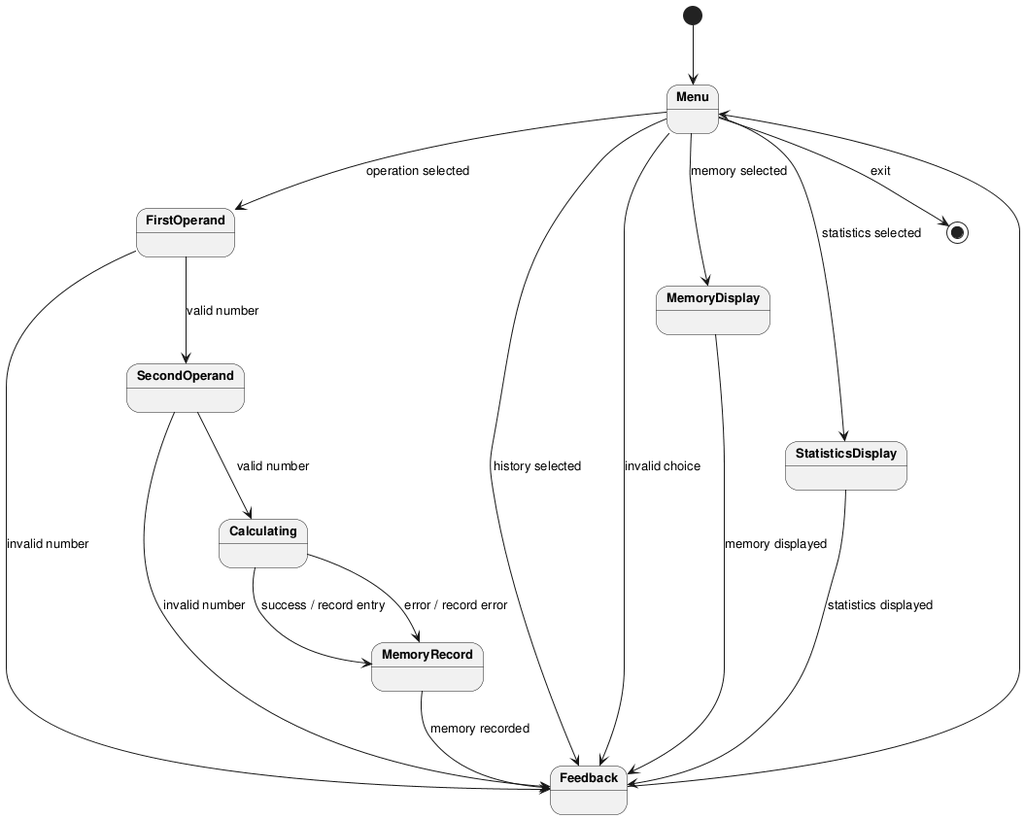
Before: experiments/supervisor_as_tools/user_stories/calculator/artifacts/state_diagram_interactive.png, a diagram exported from PlantUML (DanielRiha8906/Software_autoevolution_using_agents).
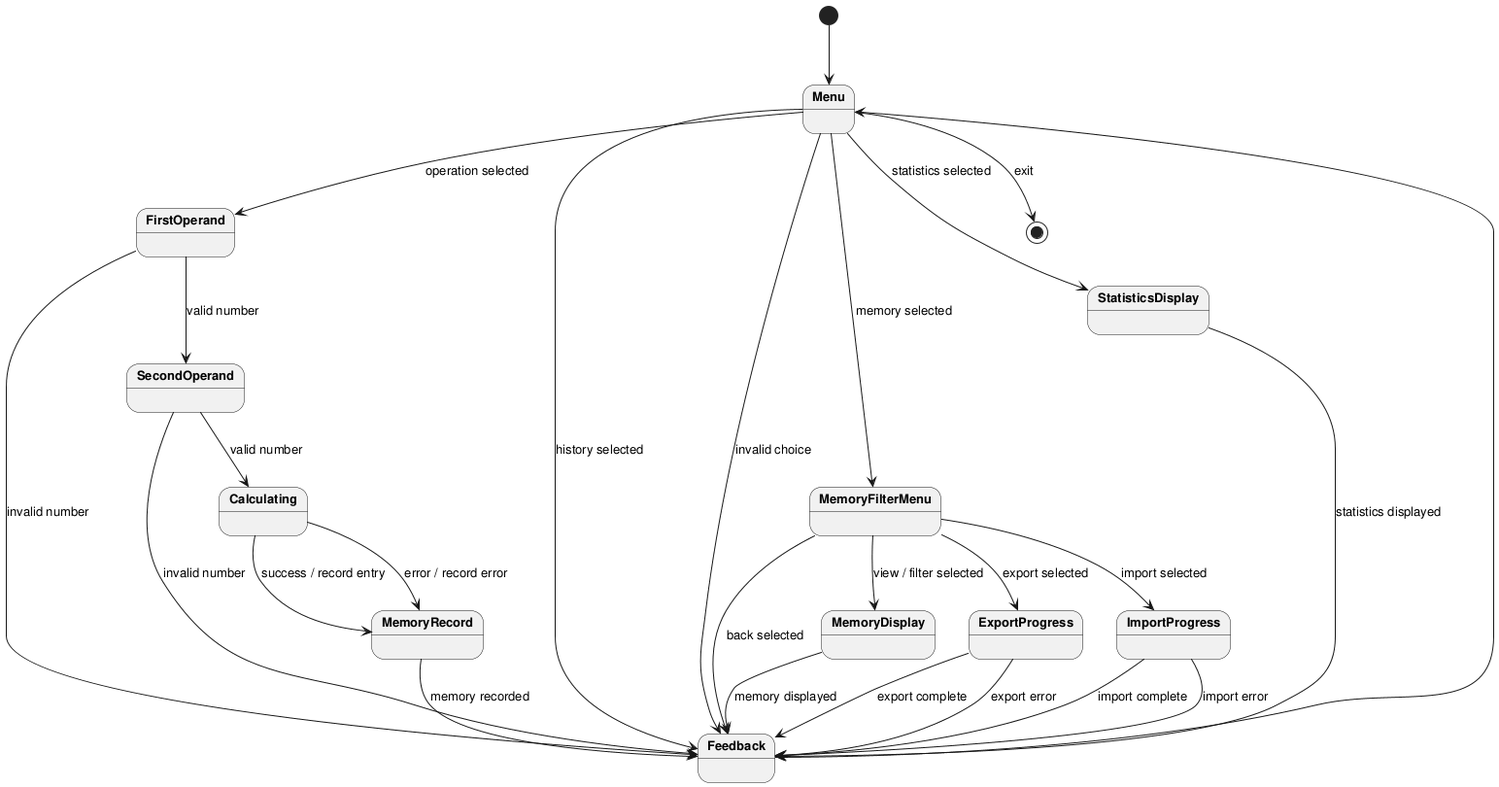
Later version of the same file.

Change to the diagram source:
```diff
@@ -9,7 +9,7 @@
 
 Menu --> FirstOperand : operation selected
 Menu --> Feedback : history selected
-Menu --> MemoryDisplay : memory selected
+Menu --> MemoryFilterMenu : memory selected
 Menu --> StatisticsDisplay : statistics selected
 Menu --> Feedback : invalid choice
 Menu --> [*] : exit
@@ -25,7 +25,18 @@
 
 MemoryRecord --> Feedback : memory recorded
 
+MemoryFilterMenu --> MemoryDisplay : view / filter selected
+MemoryFilterMenu --> ExportProgress : export selected
+MemoryFilterMenu --> ImportProgress : import selected
+MemoryFilterMenu --> Feedback : back selected
+
 MemoryDisplay --> Feedback : memory displayed
+
+ExportProgress --> Feedback : export complete
+ExportProgress --> Feedback : export error
+
+ImportProgress --> Feedback : import complete
+ImportProgress --> Feedback : import error
 
 StatisticsDisplay --> Feedback : statistics displayed
 
```
